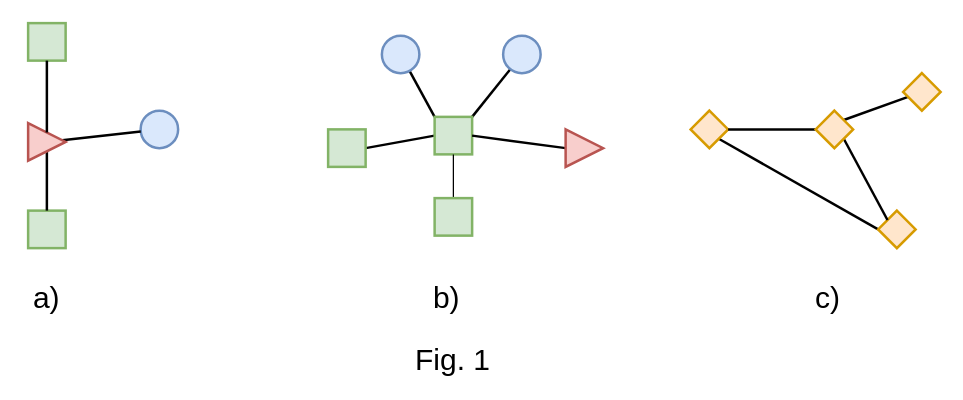
This is page "第 7 页" (7 of 7) of attention embedding.drawio from zjtone/RL-Note, a draw.io file, before an edit. Source tidied: cells renumbered, new cells numbered last; positions are measured from the earlier drawing's top-left corner, leaving out a move shared by most shapes. Both pictures are drawn from the tidied source at 125%, with x=0, y=0 at pixel (21, 22).
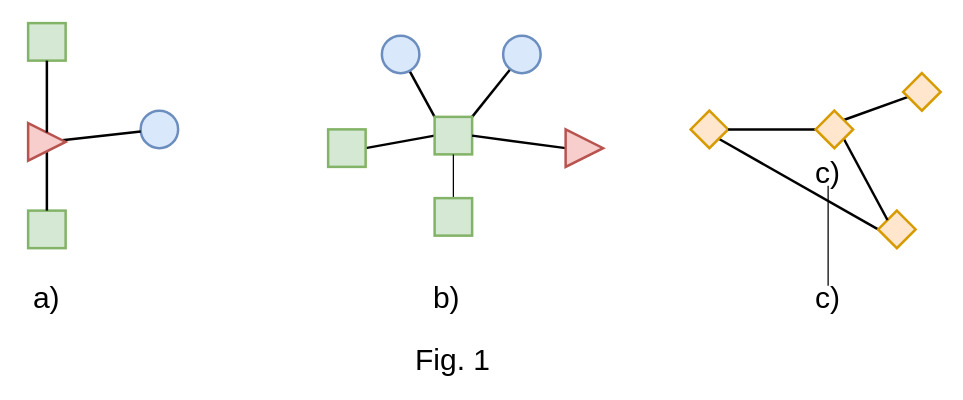
Above is the later version.

Unchanged cells that the change refers to:
```xml
<mxCell id="30" value="c)" style="text;html=1;strokeColor=none;fillColor=none;align=center;verticalAlign=middle;whiteSpace=wrap;rounded=0;dashed=1;fontSize=24;strokeWidth=2;" parent="1" vertex="1">
  <mxGeometry x="625" y="210" width="40" height="20" as="geometry" />
</mxCell>
```

The edit, as a diff of the source:
```diff
@@
+    <mxCell id="32" style="edgeStyle=none;rounded=0;jettySize=auto;html=1;endArrow=none;endFill=0;strokeWidth=1;fontSize=17;" parent="1" edge="1" source="30" target="33">
+      <mxGeometry relative="1" as="geometry" />
+    </mxCell>
@@
+    <mxCell id="33" value="c)" style="text;html=1;strokeColor=none;fillColor=none;align=center;verticalAlign=middle;whiteSpace=wrap;rounded=0;dashed=1;fontSize=24;strokeWidth=2;" parent="1" vertex="1">
+      <mxGeometry x="625" y="110" width="40" height="20" as="geometry" />
+    </mxCell>
```
